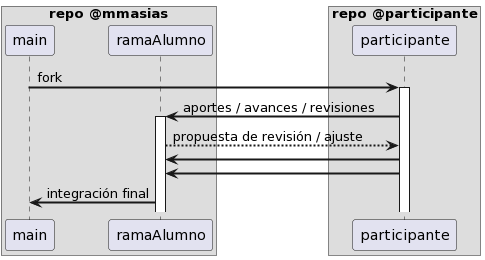
mmasias/IdSw1-22-23 keeps this PlantUML diagram as images/estrategiaTrabajo.png. Above is the earlier version.
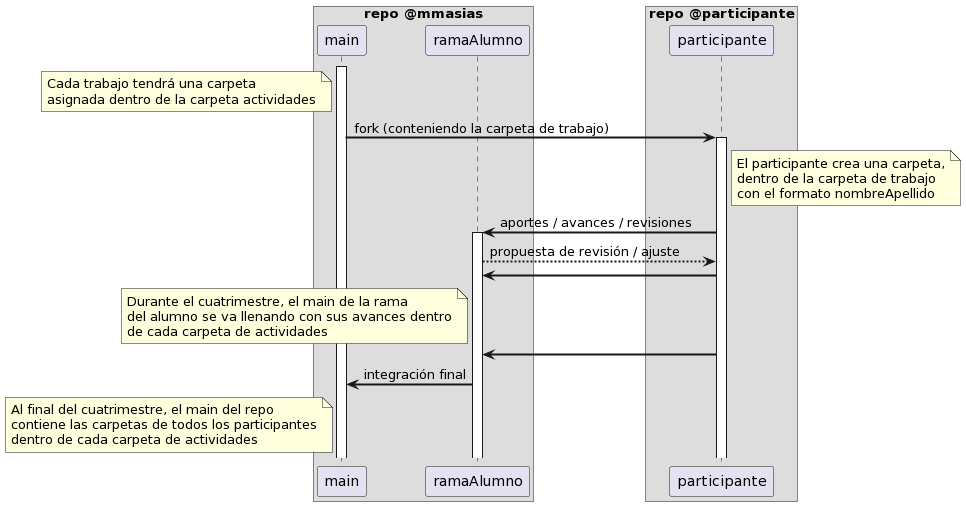
The same diagram one commit later.

Commit message:
Afinando la estrategia de trabajo...

Change to the diagram source:
```diff
@@ -3,6 +3,8 @@
 
 box repo @mmasias
 participant main
+activate main
+note left main: Cada trabajo tendrá una carpeta\nasignada dentro de la carpeta actividades
 participant ramaAlumno
 end box
 
@@ -10,9 +12,12 @@
 participant participante
 end box
 
-main -> participante: fork
+main -> participante: fork (conteniendo la carpeta de trabajo)
 
 activate participante
+
+note right participante: El participante crea una carpeta,\ndentro de la carpeta de trabajo\ncon el formato nombreApellido
+
 
 participante -> ramaAlumno : aportes / avances / revisiones
 
@@ -22,7 +27,12 @@
 
 participante -> ramaAlumno
 
+note left ramaAlumno: Durante el cuatrimestre, el main de la rama\ndel alumno se va llenando con sus avances dentro\nde cada carpeta de actividades
+
+
+
 participante -> ramaAlumno
 
 ramaAlumno -> main: integración final
+note left main: Al final del cuatrimestre, el main del repo\ncontiene las carpetas de todos los participantes\ndentro de cada carpeta de actividades
 @enduml
```
